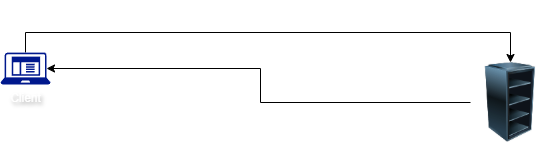
Before: images/wiki.drawio.png, a diagram exported from draw.io (Exempler201/24-11-wiki). Source tidied: cells renumbered, new cells last; positions are measured from the earlier drawing's top-left corner, leaving out a move shared by most shapes.
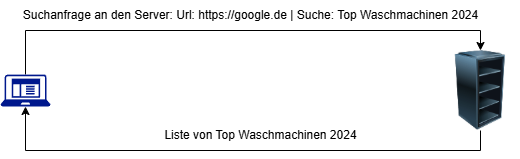
After the change.

Change to the diagram source:
```diff
@@ -2,23 +2,23 @@
   <root>
     <mxCell id="0" />
     <mxCell id="1" parent="0" />
-    <mxCell id="2" style="edgeStyle=orthogonalEdgeStyle;rounded=0;jettySize=auto;html=1;exitX=0.5;exitY=0;exitDx=0;exitDy=0;exitPerimeter=0;entryX=0.5;entryY=0;entryDx=0;entryDy=0;fontColor=#FFFFFF;labelBackgroundColor=none;" parent="1" edge="1" source="3" target="4">
-      <mxGeometry relative="1" as="geometry" />
-    </mxCell>
-    <mxCell id="3" value="Client" style="sketch=0;shadow=0;dashed=0;html=1;strokeColor=none;labelPosition=center;verticalLabelPosition=bottom;verticalAlign=top;align=center;fillColor=#00188D;shape=mxgraph.mscae.enterprise.client_application;fontColor=#FFFFFF;textShadow=1;" parent="1" vertex="1">
-      <mxGeometry y="52" width="50" height="32" as="geometry" />
-    </mxCell>
-    <mxCell id="4" value="Server" style="image;html=1;image=img/lib/clip_art/computers/Server_Rack_Empty_128x128.png;labelBackgroundColor=none;fontColor=#FFFFFF;" parent="1" vertex="1">
-      <mxGeometry x="470" y="62" width="80" height="80" as="geometry" />
-    </mxCell>
-    <mxCell id="5" value="Suchanfrage: URL: https://google.de - Top Waschmachinenen 2024" style="text;html=1;align=center;verticalAlign=middle;strokeColor=none;fillColor=none;fontColor=#FFFFFF;" parent="1" vertex="1">
-      <mxGeometry x="80" width="380" height="30" as="geometry" />
-    </mxCell>
-    <mxCell id="6" style="edgeStyle=orthogonalEdgeStyle;rounded=0;jettySize=auto;html=1;exitX=0;exitY=0.5;exitDx=0;exitDy=0;entryX=0.92;entryY=0.5;entryDx=0;entryDy=0;entryPerimeter=0;fontColor=#FFFFFF;labelBackgroundColor=none;" parent="1" edge="1" source="4" target="3">
-      <mxGeometry relative="1" as="geometry" />
-    </mxCell>
-    <mxCell id="7" value="Ergebnise" style="text;html=1;align=center;verticalAlign=middle;strokeColor=none;fillColor=none;fontColor=#FFFFFF;" parent="1" vertex="1">
-      <mxGeometry x="294" y="70" width="80" height="30" as="geometry" />
-    </mxCell>
+    <mxCell id="8" style="image;html=1;image=img/lib/clip_art/computers/Server_Rack_Empty_128x128.png;" parent="1" vertex="1">
+      <mxGeometry x="500" y="62" width="80" height="80" as="geometry" />
+    </mxCell>
+    <mxCell id="9" style="edgeStyle=orthogonalEdgeStyle;rounded=0;jettySize=auto;html=1;exitX=0.5;exitY=0;exitDx=0;exitDy=0;exitPerimeter=0;entryX=0.5;entryY=0;entryDx=0;entryDy=0;" parent="1" edge="1" source="10" target="8">
+      <mxGeometry relative="1" as="geometry" />
+    </mxCell>
+    <mxCell id="10" style="sketch=0;shadow=0;dashed=0;html=1;strokeColor=none;labelPosition=center;verticalLabelPosition=bottom;verticalAlign=top;align=center;fillColor=#00188D;shape=mxgraph.mscae.enterprise.client_application;" parent="1" vertex="1">
+      <mxGeometry x="60" y="86" width="50" height="32" as="geometry" />
+    </mxCell>
+    <mxCell id="11" style="edgeStyle=orthogonalEdgeStyle;rounded=0;jettySize=auto;html=1;exitX=0.5;exitY=1;exitDx=0;exitDy=0;entryX=0.5;entryY=1;entryDx=0;entryDy=0;entryPerimeter=0;" parent="1" edge="1" source="8" target="10">
+      <mxGeometry relative="1" as="geometry" />
+    </mxCell>
+    <mxCell id="12" value="Suchanfrage an den Server: Url: https://google.de | Suche: Top Waschmachinen 2024" style="text;html=1;align=center;verticalAlign=middle;strokeColor=none;fillColor=none;" parent="1" vertex="1">
+      <mxGeometry x="70" y="12" width="480" height="30" as="geometry" />
+    </mxCell>
+    <mxCell id="13" value="Liste von Top Waschmachinen 2024" style="text;html=1;align=center;verticalAlign=middle;strokeColor=none;fillColor=none;" parent="1" vertex="1">
+      <mxGeometry x="210" y="132" width="220" height="30" as="geometry" />
+    </mxCell>
   </root>
 </mxGraphModel>
```
